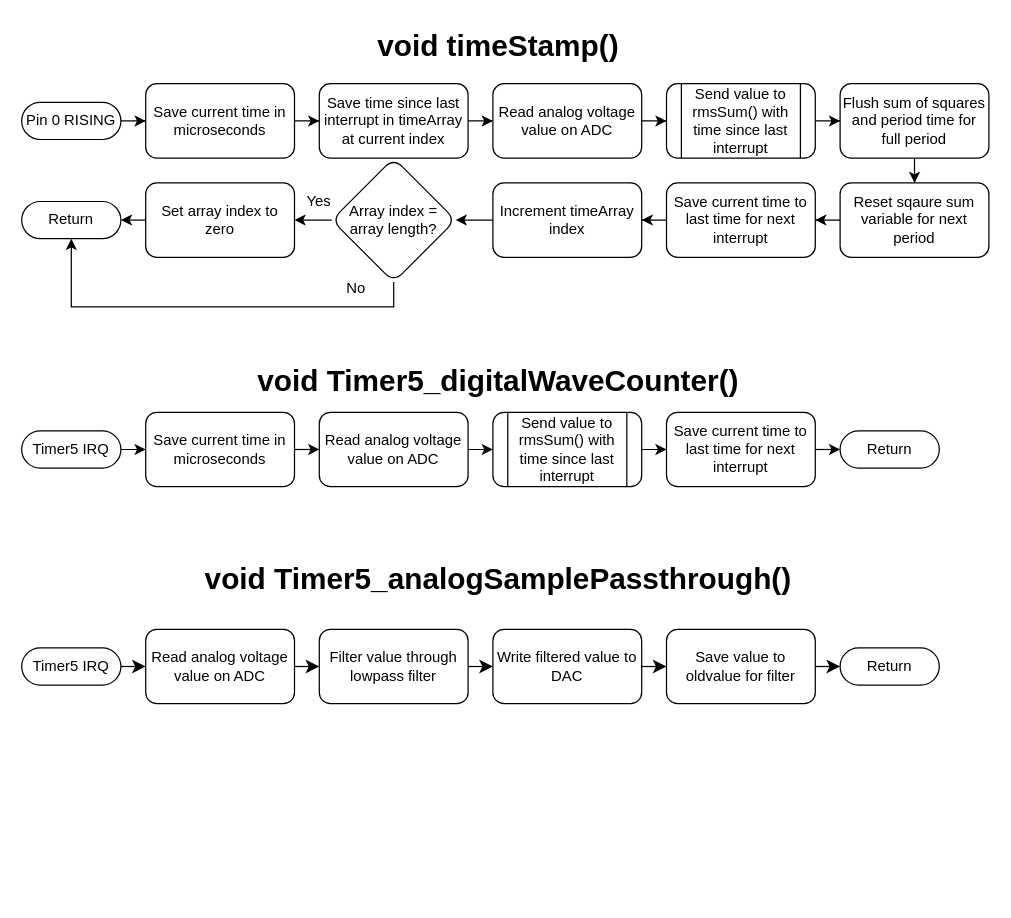
This is page "Page-1" (1 of 2) of Project/charts/timeStamp.drawio from MortenHay/EnergyManagement, a draw.io file, before an edit. Source tidied: cells renumbered, new cells numbered last; positions are measured from the earlier drawing's top-left corner, leaving out a move shared by most shapes. Both pictures are drawn from the tidied source at 124%, with x=0, y=0 at pixel (21, 21).
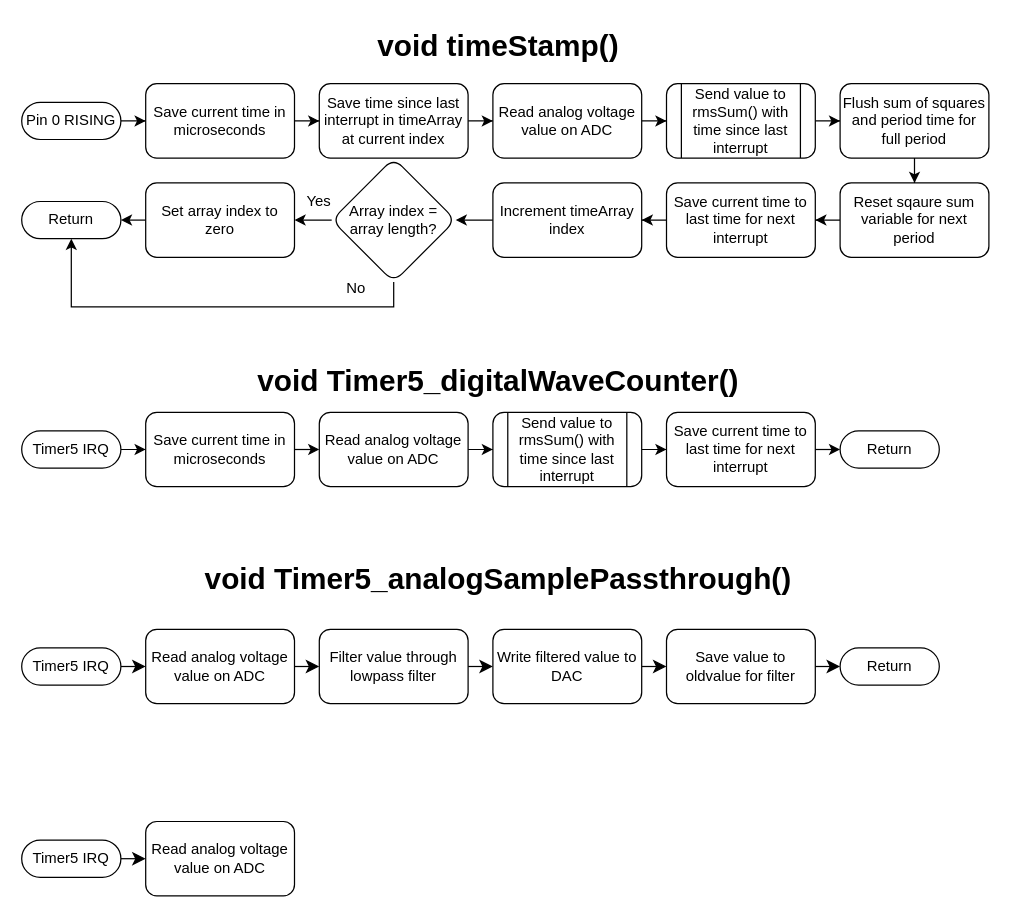
After the change.

Commit message:
End of day comit

Change to the diagram source:
```diff
@@
+    <mxCell id="53" style="edgeStyle=none;curved=1;rounded=0;jettySize=auto;html=1;exitX=1;exitY=0.5;exitDx=0;exitDy=0;exitPerimeter=0;entryX=0;entryY=0.5;entryDx=0;entryDy=0;fontSize=12;startSize=8;endSize=8;" parent="1" edge="1" source="54" target="55">
+      <mxGeometry relative="1" as="geometry" />
+    </mxCell>
+    <mxCell id="54" value="Timer5 IRQ" style="html=1;dashed=0;whiteSpace=wrap;shape=mxgraph.dfd.start;" parent="1" vertex="1">
+      <mxGeometry y="660" width="80" height="30" as="geometry" />
+    </mxCell>
+    <mxCell id="55" value="Read analog voltage value on ADC" style="rounded=1;whiteSpace=wrap;html=1;dashed=0;" parent="1" vertex="1">
+      <mxGeometry x="100" y="645" width="120" height="60" as="geometry" />
+    </mxCell>
```
